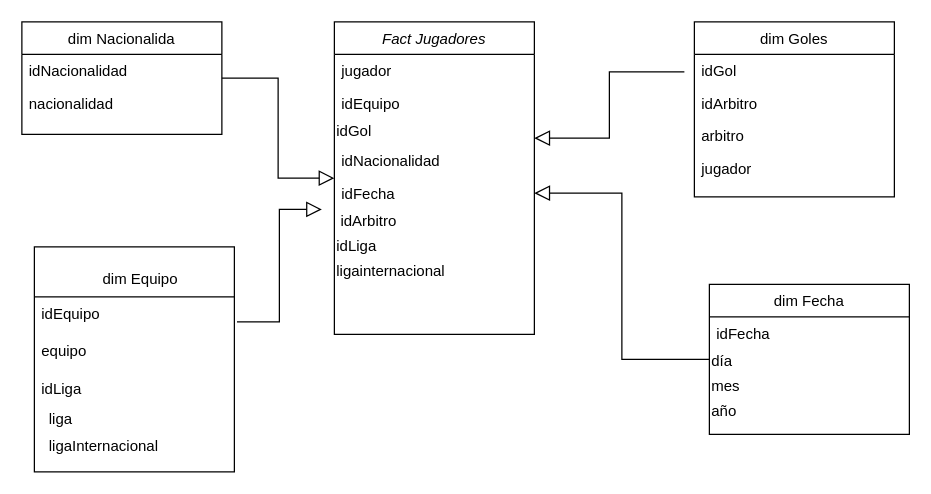
CynthiaMaldonadoR/hello-world keeps this draw.io diagram as examen.drawio. Above is the earlier version. Source tidied: cells renumbered, new cells numbered last; positions are measured from the earlier drawing's top-left corner, leaving out a move shared by most shapes. Both pictures are drawn from the tidied source at 125%, with x=0, y=0 at pixel (21, 21).
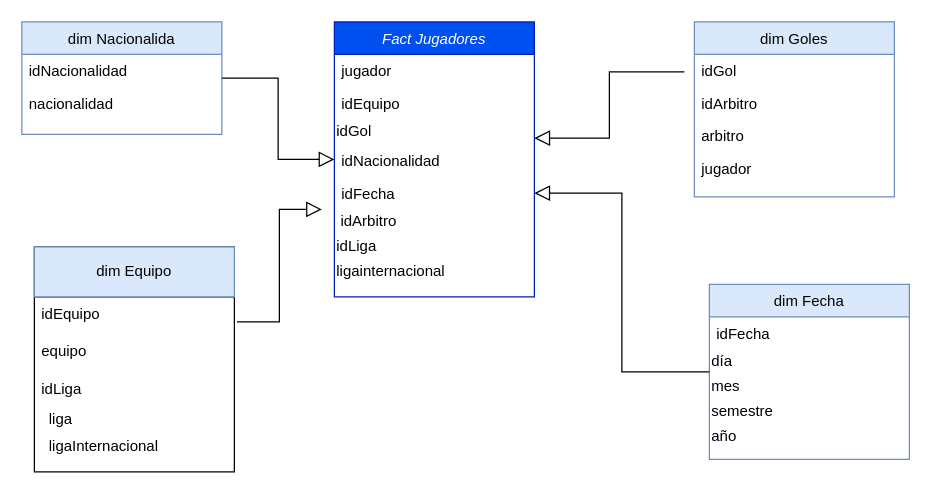
Above is the later version.

The edit, as a diff of the source:
```diff
@@
-    <mxCell id="2" value="Fact Jugadores" style="swimlane;fontStyle=2;align=center;verticalAlign=top;horizontal=1;startSize=26;rounded=0;shadow=0;strokeWidth=1;" parent="1" vertex="1">
-      <mxGeometry x="250" width="160" height="250" as="geometry" />
+    <mxCell id="2" value="Fact Jugadores" style="swimlane;fontStyle=2;align=center;verticalAlign=top;horizontal=1;startSize=26;rounded=0;shadow=0;strokeWidth=1;fillColor=#0050ef;strokeColor=#001DBC;fontColor=#ffffff;" parent="1" vertex="1">
+      <mxGeometry x="250" width="160" height="220" as="geometry" />
     </mxCell>
@@
-    <mxCell id="11" value="dim Nacionalida" style="swimlane;fontStyle=0;align=center;verticalAlign=top;horizontal=1;startSize=26;rounded=0;shadow=0;strokeWidth=1;" parent="1" vertex="1">
+    <mxCell id="11" value="dim Nacionalida" style="swimlane;fontStyle=0;align=center;verticalAlign=top;horizontal=1;startSize=26;rounded=0;shadow=0;strokeWidth=1;fillColor=#dae8fc;strokeColor=#6c8ebf;" parent="1" vertex="1">
       <mxGeometry width="160" height="90" as="geometry" />
     </mxCell>
@@
-    <mxCell id="15" value="dim Fecha" style="swimlane;fontStyle=0;align=center;verticalAlign=top;horizontal=1;startSize=26;rounded=0;shadow=0;strokeWidth=1;" parent="1" vertex="1">
-      <mxGeometry x="550" y="210" width="160" height="120" as="geometry" />
+    <mxCell id="15" value="dim Fecha" style="swimlane;fontStyle=0;align=center;verticalAlign=top;horizontal=1;startSize=26;rounded=0;shadow=0;strokeWidth=1;fillColor=#dae8fc;strokeColor=#6c8ebf;" parent="1" vertex="1">
+      <mxGeometry x="550" y="210" width="160" height="140" as="geometry" />
     </mxCell>
@@
+    <mxCell id="36" value="semestre" style="text;html=1;strokeColor=none;fillColor=none;align=left;verticalAlign=middle;whiteSpace=wrap;rounded=0;" parent="15" vertex="1">
+      <mxGeometry y="92" width="160" height="20" as="geometry" />
+    </mxCell>
     <mxCell id="19" value="año&amp;nbsp;" style="text;html=1;strokeColor=none;fillColor=none;align=left;verticalAlign=middle;whiteSpace=wrap;rounded=0;" parent="15" vertex="1">
-      <mxGeometry y="92" width="160" height="20" as="geometry" />
+      <mxGeometry y="112" width="160" height="20" as="geometry" />
     </mxCell>
@@
-    <mxCell id="21" value="dim Goles" style="swimlane;fontStyle=0;align=center;verticalAlign=top;horizontal=1;startSize=26;rounded=0;shadow=0;strokeWidth=1;" parent="1" vertex="1">
+    <mxCell id="21" value="dim Goles" style="swimlane;fontStyle=0;align=center;verticalAlign=top;horizontal=1;startSize=26;rounded=0;shadow=0;strokeWidth=1;fillColor=#dae8fc;strokeColor=#6c8ebf;" parent="1" vertex="1">
       <mxGeometry x="538" width="160" height="140" as="geometry" />
     </mxCell>
@@
-    <mxCell id="29" value="dim Equipo" style="text;html=1;strokeColor=none;fillColor=none;align=center;verticalAlign=middle;whiteSpace=wrap;rounded=0;" parent="1" vertex="1">
-      <mxGeometry x="30" y="196" width="130" height="20" as="geometry" />
+    <mxCell id="29" value="dim Equipo" style="text;html=1;strokeColor=#6c8ebf;fillColor=#dae8fc;align=center;verticalAlign=middle;whiteSpace=wrap;rounded=0;" parent="1" vertex="1">
+      <mxGeometry x="10" y="180" width="160" height="40" as="geometry" />
     </mxCell>
```
